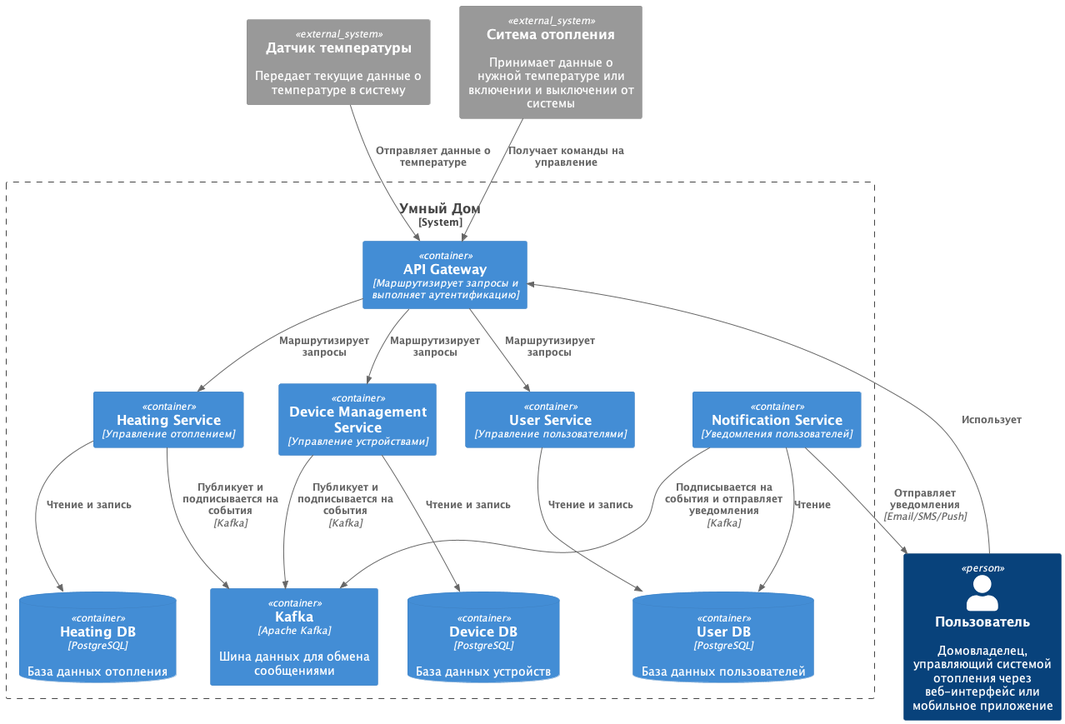
The PlantUML diagram docs/diagrams/out/task_2/smart_home_container.png in Veles-Pan/practicum-architecture-sprint-3, before a commit. The source it was exported from:
```plantuml
@startuml smart_home_container

!include C4_Context.puml
!include C4_Container.puml
!include C4_Component.puml

Person(User, "Пользователь", "Домовладелец, управляющий системой отопления через веб-интерфейс или мобильное приложение")
System_Ext(TemperatureSensor, "Датчик температуры", "Передает текущие данные о температуре в систему")
System_Ext(HeatingSystem, "Ситема отопления", "Принимает данные о нужной температуре или включении и выключении от системы")

System_Boundary(system, "Умный Дом") {

    Container(apiGateway, "API Gateway", "Маршрутизирует запросы и выполняет аутентификацию")

    Container(heatingService, "Heating Service", "Управление отоплением")
    Container(userService, "User Service", "Управление пользователями")
    Container(deviceService, "Device Management Service", "Управление устройствами")
    Container(notificationService, "Notification Service", "Уведомления пользователей")

    ContainerDb(heatingDB, "Heating DB", "PostgreSQL", "База данных отопления")
    ContainerDb(UserDB, "User DB", "PostgreSQL", "База данных пользователей")
    ContainerDb(deviceDB, "Device DB", "PostgreSQL", "База данных устройств")

    Container(kafka, "Kafka", "Apache Kafka", "Шина данных для обмена сообщениями")

}

Rel(User, apiGateway, "Использует")
Rel(TemperatureSensor, apiGateway, "Отправляет данные о температуре")
Rel(HeatingSystem, apiGateway, "Получает команды на управление")
Rel(apiGateway, heatingService, "Маршрутизирует запросы")
Rel(apiGateway, userService, "Маршрутизирует запросы")
Rel(apiGateway, deviceService, "Маршрутизирует запросы")

Rel(heatingService, heatingDB, "Чтение и запись")
Rel(userService, UserDB, "Чтение и запись")
Rel(notificationService, UserDB, "Чтение")
Rel(deviceService, deviceDB, "Чтение и запись")

Rel(heatingService, kafka, "Публикует и подписывается на события", "Kafka")
Rel(notificationService, kafka, "Подписывается на события и отправляет уведомления", "Kafka")
Rel(deviceService, kafka, "Публикует и подписывается на события", "Kafka")

Rel(notificationService, User, "Отправляет уведомления", "Email/SMS/Push")

@enduml
```
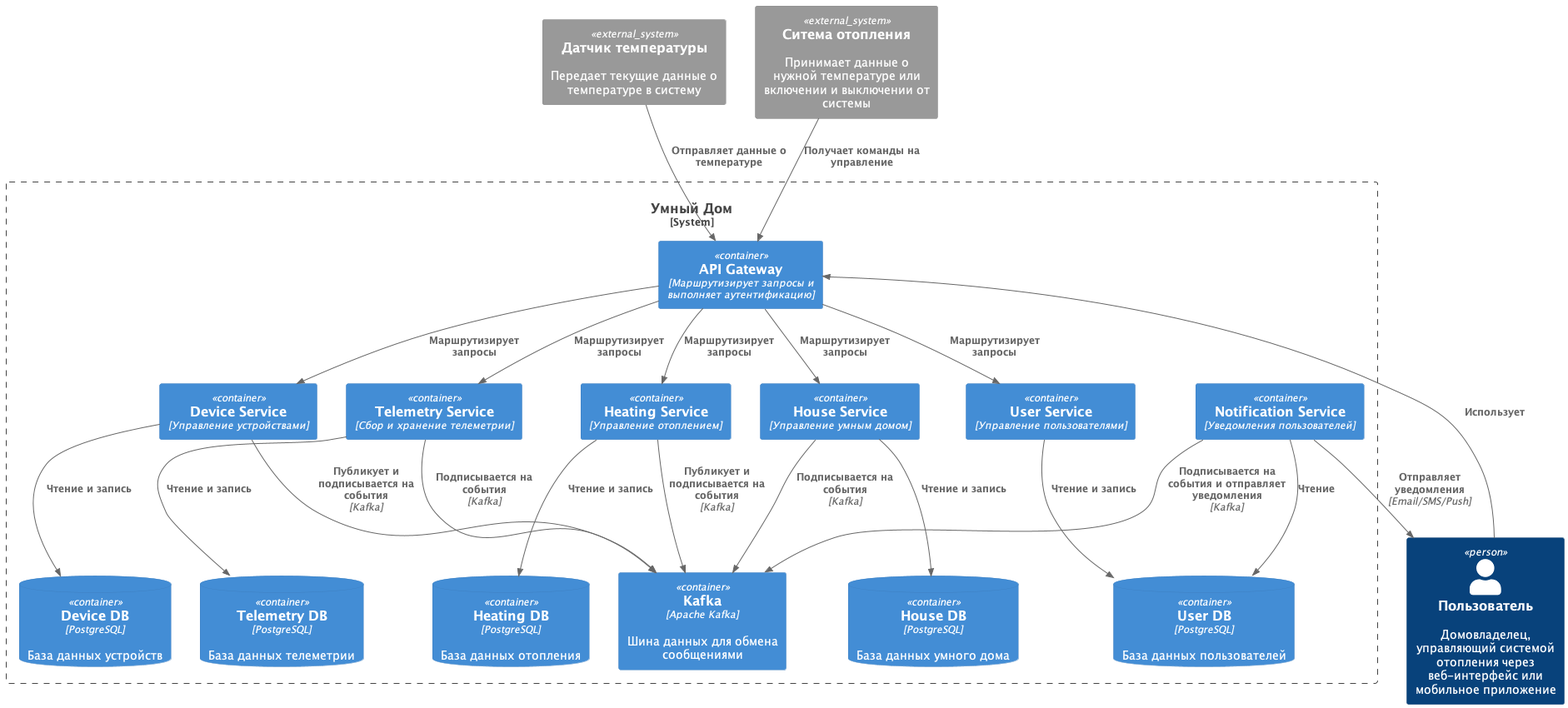
Later version of the same file.

The edit, as a diff of the source:
```diff
@@ -13,12 +13,16 @@
     Container(apiGateway, "API Gateway", "Маршрутизирует запросы и выполняет аутентификацию")
 
     Container(heatingService, "Heating Service", "Управление отоплением")
+    Container(houseService, "House Service", "Управление умным домом")
     Container(userService, "User Service", "Управление пользователями")
-    Container(deviceService, "Device Management Service", "Управление устройствами")
+    Container(deviceService, "Device Service", "Управление устройствами")
+    Container(telemetryService, "Telemetry Service", "Сбор и хранение телеметрии")
     Container(notificationService, "Notification Service", "Уведомления пользователей")
 
     ContainerDb(heatingDB, "Heating DB", "PostgreSQL", "База данных отопления")
+    ContainerDb(houseDB, "House DB", "PostgreSQL", "База данных умного дома")
     ContainerDb(UserDB, "User DB", "PostgreSQL", "База данных пользователей")
+    ContainerDb(telemetryDB, "Telemetry DB", "PostgreSQL", "База данных телеметрии")
     ContainerDb(deviceDB, "Device DB", "PostgreSQL", "База данных устройств")
 
     Container(kafka, "Kafka", "Apache Kafka", "Шина данных для обмена сообщениями")
@@ -29,17 +33,24 @@
 Rel(TemperatureSensor, apiGateway, "Отправляет данные о температуре")
 Rel(HeatingSystem, apiGateway, "Получает команды на управление")
 Rel(apiGateway, heatingService, "Маршрутизирует запросы")
+Rel(apiGateway, houseService, "Маршрутизирует запросы")
 Rel(apiGateway, userService, "Маршрутизирует запросы")
 Rel(apiGateway, deviceService, "Маршрутизирует запросы")
+Rel(apiGateway, telemetryService, "Маршрутизирует запросы")
 
 Rel(heatingService, heatingDB, "Чтение и запись")
 Rel(userService, UserDB, "Чтение и запись")
+Rel(houseService, houseDB, "Чтение и запись")
 Rel(notificationService, UserDB, "Чтение")
+Rel(telemetryService, telemetryDB, "Чтение и запись")
 Rel(deviceService, deviceDB, "Чтение и запись")
 
 Rel(heatingService, kafka, "Публикует и подписывается на события", "Kafka")
 Rel(notificationService, kafka, "Подписывается на события и отправляет уведомления", "Kafka")
 Rel(deviceService, kafka, "Публикует и подписывается на события", "Kafka")
+Rel(houseService, kafka, "Подписывается на события", "Kafka")
+Rel(telemetryService, kafka, "Подписывается на события", "Kafka")
+
 
 Rel(notificationService, User, "Отправляет уведомления", "Email/SMS/Push")
 
```
